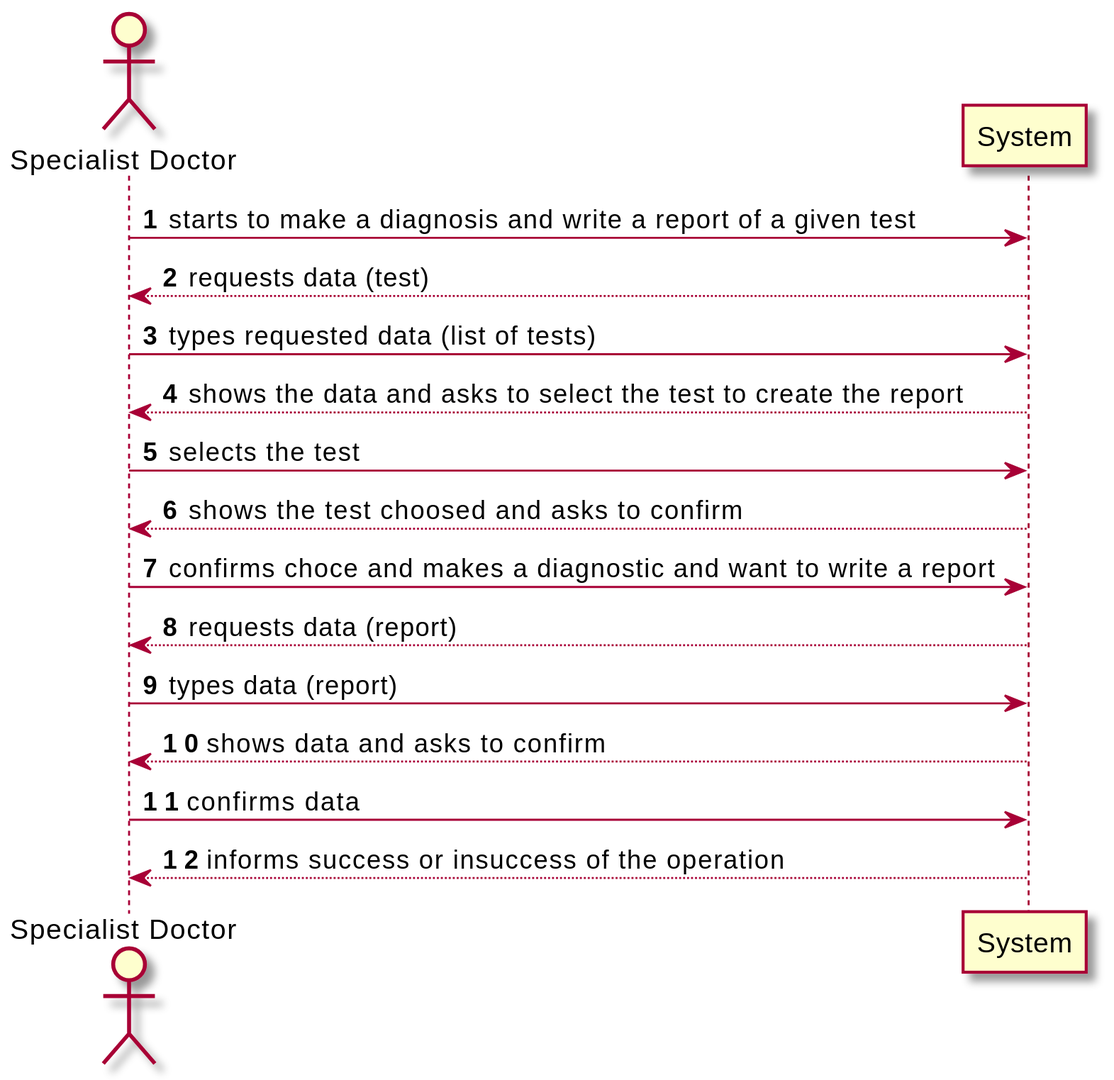
jsmarques98/LAPR2-ISEP keeps this PlantUML diagram as docs/SprintC/US14/US14_SSD.svg. Above is the earlier version.
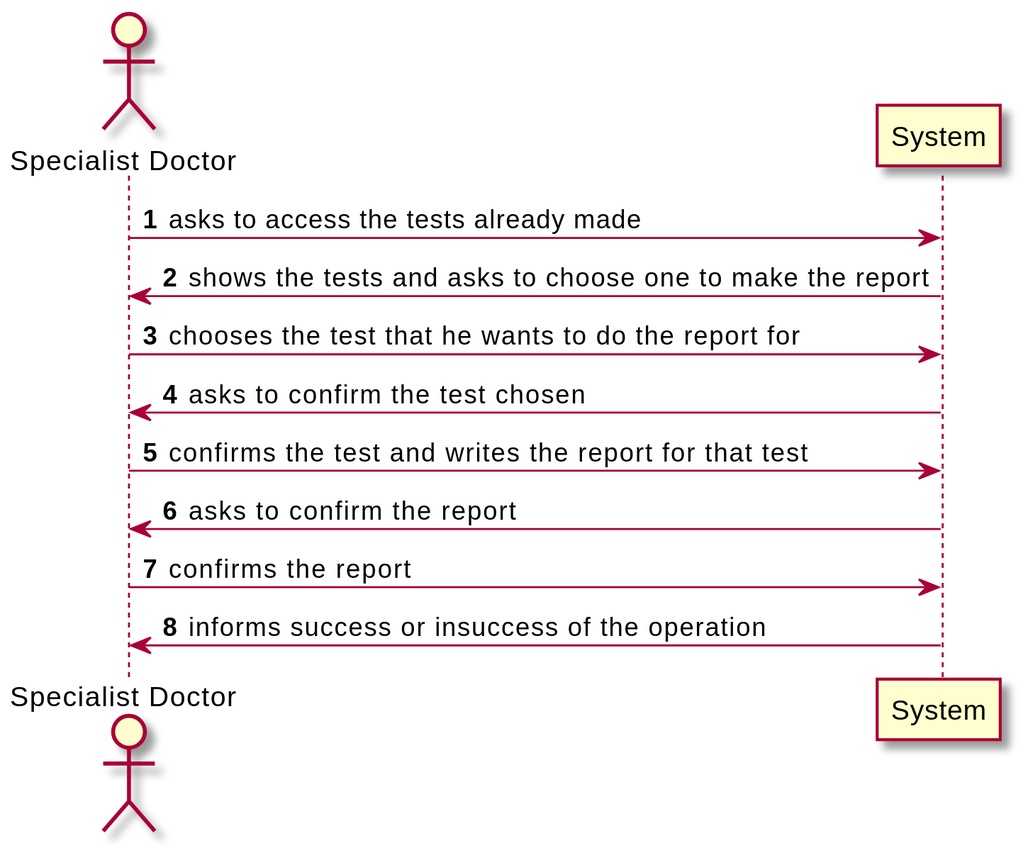
The same diagram one commit later.

What changed in the source:
```diff
@@ -4,21 +4,15 @@
 
 actor  "Specialist Doctor" as Spec
 
-Spec -> System: starts to make a diagnosis and write a report of a given test
-System --> Spec: requests data (test)
+Spec -> System: asks to access the tests already made
+System -> Spec: shows the tests and asks to choose one to make the report
 
-Spec -> System: types requested data (list of tests)
-System --> Spec: shows the data and asks to select the test to create the report
+Spec -> System: chooses the test that he wants to do the report for
+System -> Spec: asks to confirm the test chosen
 
-Spec -> System: selects the test
-System --> Spec: shows the test choosed and asks to confirm
+Spec -> System: confirms the test and writes the report for that test
+System -> Spec: asks to confirm the report
 
-Spec -> System: confirms choce and makes a diagnostic and want to write a report
-System --> Spec: requests data (report)
-
-Spec -> System: types data (report)
-System --> Spec: shows data and asks to confirm
-
-Spec -> System: confirms data
-System --> Spec: informs success or insuccess of the operation
+Spec -> System: confirms the report
+System -> Spec: informs success or insuccess of the operation
 @enduml
```
